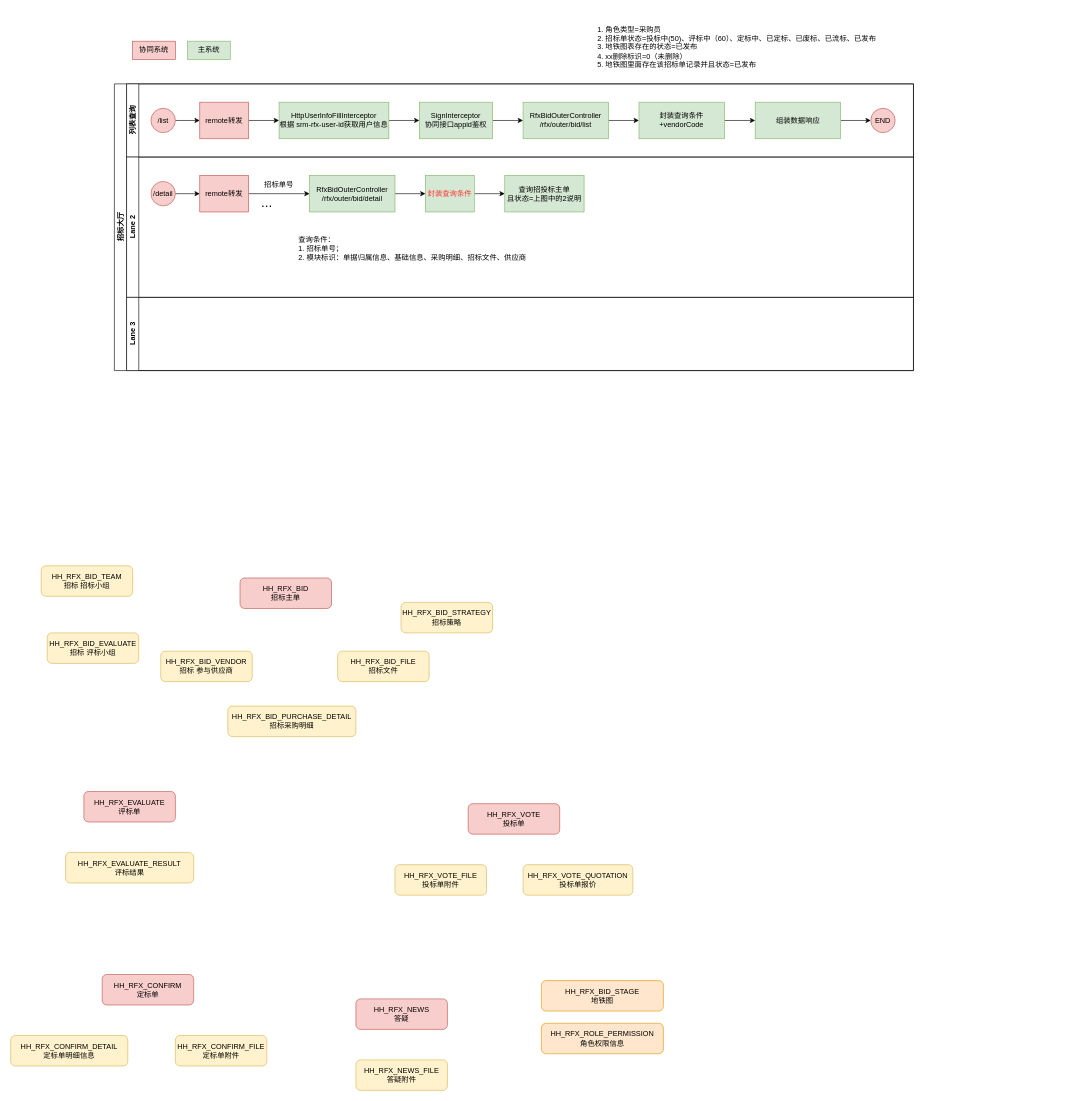
This is 招投标-协同梳理.drawio from S0Louis/drowio, a draw.io file, before an edit. Source tidied: cells renumbered, new cells numbered last; positions are measured from the earlier drawing's top-left corner, leaving out a move shared by most shapes. Both pictures are drawn from the tidied source at 61%, with x=0, y=0 at pixel (10, 10).
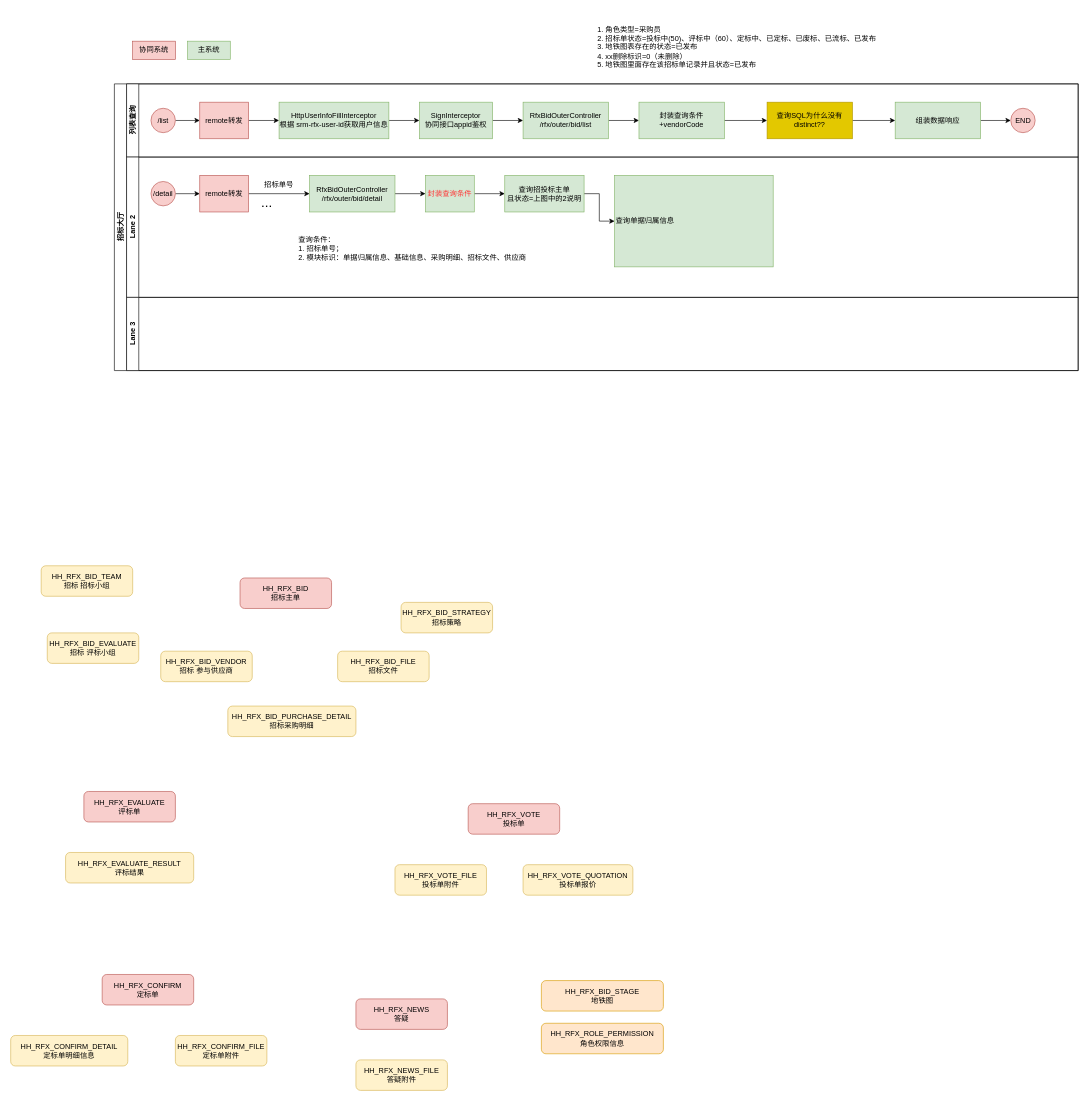
The same page after the edit.

Commit message (it also covers changes not shown here):
更新招投标-协同梳理.drawio

The change refers to these unchanged cells:
```xml
<mxCell id="15" value="封装查询条件+vendorCode" style="rounded=0;html=1;fontFamily=Helvetica;fontSize=12;align=center;fillColor=#d5e8d4;strokeColor=#82b366;whiteSpace=wrap;" parent="3" vertex="1">
  <mxGeometry x="840" y="30" width="140" height="60" as="geometry" />
</mxCell>
<mxCell id="31" value="查询招投标主单&lt;br&gt;且状态=上图中的2说明" style="rounded=0;html=1;fontFamily=Helvetica;fontSize=12;align=center;fillColor=#d5e8d4;strokeColor=#82b366;whiteSpace=wrap;" parent="19" vertex="1">
  <mxGeometry x="620" y="30" width="130" height="60" as="geometry" />
</mxCell>
```

Diff of the diagram source:
```diff
@@
     <mxCell id="2" value="招标大厅" style="swimlane;html=1;horizontal=0;startSize=20;" parent="1" vertex="1">
-      <mxGeometry x="170" y="120" width="1310" height="470" as="geometry" />
+      <mxGeometry x="170" y="120" width="1580" height="470" as="geometry" />
     </mxCell>
     <mxCell id="3" value="列表查询" style="swimlane;html=1;startSize=20;horizontal=0;align=center;" parent="2" vertex="1">
-      <mxGeometry x="20" width="1290" height="120" as="geometry" />
+      <mxGeometry x="20" width="1560" height="120" as="geometry" />
     </mxCell>
@@
-    <mxCell id="14" style="edgeStyle=orthogonalEdgeStyle;rounded=0;jettySize=auto;html=1;" parent="3" edge="1" source="15" target="17">
-      <mxGeometry relative="1" as="geometry" />
-    </mxCell>
+    <mxCell id="55" style="edgeStyle=orthogonalEdgeStyle;rounded=0;jettySize=auto;html=1;" parent="3" edge="1" source="15" target="57">
+      <mxGeometry relative="1" as="geometry" />
+    </mxCell>
@@
     <mxCell id="17" value="组装数据响应" style="rounded=0;html=1;fontFamily=Helvetica;fontSize=12;align=center;fillColor=#d5e8d4;strokeColor=#82b366;whiteSpace=wrap;" parent="3" vertex="1">
-      <mxGeometry x="1030.5" y="30" width="140" height="60" as="geometry" />
+      <mxGeometry x="1260" y="30" width="140" height="60" as="geometry" />
     </mxCell>
     <mxCell id="18" value="END" style="ellipse;whiteSpace=wrap;html=1;fillColor=#f8cecc;strokeColor=#b85450;" parent="3" vertex="1">
-      <mxGeometry x="1220" y="40" width="40" height="40" as="geometry" />
+      <mxGeometry x="1449.5" y="40" width="40" height="40" as="geometry" />
     </mxCell>
+    <mxCell id="56" style="edgeStyle=orthogonalEdgeStyle;rounded=0;jettySize=auto;html=1;" parent="3" edge="1" source="57" target="17">
+      <mxGeometry relative="1" as="geometry" />
+    </mxCell>
+    <mxCell id="57" value="查询SQL为什么没有&lt;div&gt;distinct??&lt;/div&gt;" style="rounded=0;html=1;fontFamily=Helvetica;fontSize=12;align=center;fillColor=#e3c800;strokeColor=#B09500;whiteSpace=wrap;fontColor=#000000;" parent="3" vertex="1">
+      <mxGeometry x="1050" y="30" width="140" height="60" as="geometry" />
+    </mxCell>
     <mxCell id="19" value="Lane 2" style="swimlane;html=1;startSize=20;horizontal=0;" parent="2" vertex="1">
-      <mxGeometry x="20" y="120" width="1290" height="230" as="geometry" />
+      <mxGeometry x="20" y="120" width="1560" height="230" as="geometry" />
     </mxCell>
@@
+    <mxCell id="58" style="edgeStyle=orthogonalEdgeStyle;rounded=0;jettySize=auto;html=1;" parent="19" edge="1" source="31" target="59">
+      <mxGeometry relative="1" as="geometry" />
+    </mxCell>
@@
+    <mxCell id="59" value="查询单据归属信息" style="rounded=0;html=1;fontFamily=Helvetica;fontSize=12;align=left;fillColor=#d5e8d4;strokeColor=#82b366;whiteSpace=wrap;" parent="19" vertex="1">
+      <mxGeometry x="800" y="30" width="260" height="150" as="geometry" />
+    </mxCell>
     <mxCell id="32" value="Lane 3" style="swimlane;html=1;startSize=20;horizontal=0;" parent="2" vertex="1">
-      <mxGeometry x="20" y="350" width="1290" height="120" as="geometry" />
+      <mxGeometry x="20" y="350" width="1560" height="120" as="geometry" />
     </mxCell>
```
